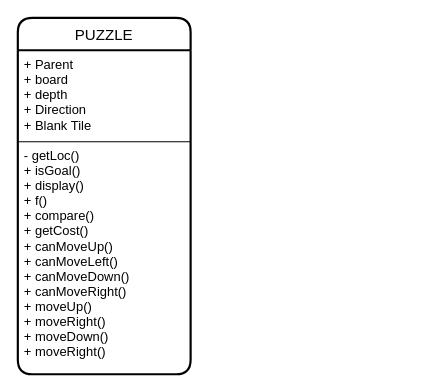
Above: page "Class Diagram" (2 of 3) of model.drawio in joemar25/Artifical-Intellegence-8-Puzzle-Mid-Term (draw.io), before the change. Source tidied: cells renumbered, new cells numbered last; positions are measured from the earlier drawing's top-left corner, leaving out a move shared by most shapes. Both pictures are drawn from the tidied source at 108%, with x=0, y=0 at pixel (17, 17).
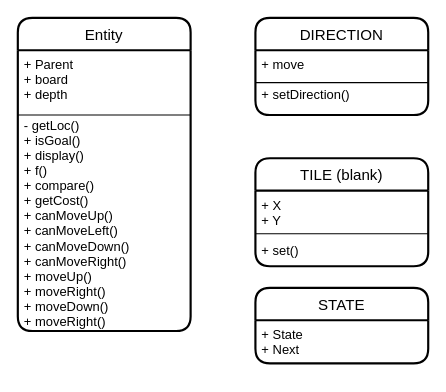
After the change.

What changed in the source:
```diff
@@
 <mxGraphModel>
   <root>
     <mxCell id="0" />
     <mxCell id="1" parent="0" />
-    <mxCell id="2" value="PUZZLE" style="swimlane;horizontal=1;startSize=30;rounded=1;fontSize=14;fontStyle=0;strokeWidth=2;shadow=0;dashed=0;align=center;" parent="1" vertex="1">
-      <mxGeometry width="160" height="330" as="geometry" />
-    </mxCell>
-    <mxCell id="3" style="endArrow=none;html=1;rounded=0;" parent="2" edge="1">
-      <mxGeometry y="30" relative="1" as="geometry">
-        <mxPoint y="114.7" as="sourcePoint" />
-        <mxPoint x="160" y="114.7" as="targetPoint" />
-      </mxGeometry>
-    </mxCell>
-    <mxCell id="4" value="+ Parent&#10;+ board&#10;+ depth&#10;+ Direction&#10;+ Blank Tile&#10;&#10;- getLoc()&#10;+ isGoal()&#10;+ display()&#10;+ f()&#10;+ compare()&#10;+ getCost()&#10;+ canMoveUp()&#10;+ canMoveLeft()&#10;+ canMoveDown()&#10;+ canMoveRight()&#10;+ moveUp()&#10;+ moveRight()&#10;+ moveDown()&#10;+ moveRight()" style="align=left;strokeColor=none;fillColor=none;spacingLeft=4;fontSize=12;verticalAlign=top;" parent="2" vertex="1">
-      <mxGeometry y="30" width="160" height="300" as="geometry" />
-    </mxCell>
+    <mxCell id="5" value="DIRECTION" style="swimlane;horizontal=1;startSize=30;rounded=1;fontSize=14;fontStyle=0;strokeWidth=2;shadow=0;dashed=0;align=center;" parent="1" vertex="1">
+      <mxGeometry x="220" width="160" height="90" as="geometry" />
+    </mxCell>
+    <mxCell id="6" style="endArrow=none;html=1;rounded=0;" parent="5" edge="1">
+      <mxGeometry relative="1" as="geometry">
+        <mxPoint y="60" as="sourcePoint" />
+        <mxPoint x="160" y="60" as="targetPoint" />
+      </mxGeometry>
+    </mxCell>
+    <mxCell id="7" value="+ move&#10;&#10;+ setDirection()" style="align=left;strokeColor=none;fillColor=none;spacingLeft=4;fontSize=12;verticalAlign=top;" parent="5" vertex="1">
+      <mxGeometry y="30" width="160" height="60" as="geometry" />
+    </mxCell>
+    <mxCell id="8" value="Entity" style="swimlane;horizontal=1;startSize=30;rounded=1;fontSize=14;fontStyle=0;strokeWidth=2;shadow=0;dashed=0;align=center;" parent="1" vertex="1">
+      <mxGeometry width="160" height="290" as="geometry" />
+    </mxCell>
+    <mxCell id="9" style="endArrow=none;html=1;rounded=0;" parent="8" edge="1">
+      <mxGeometry relative="1" as="geometry">
+        <mxPoint y="90" as="sourcePoint" />
+        <mxPoint x="160" y="90" as="targetPoint" />
+      </mxGeometry>
+    </mxCell>
+    <mxCell id="10" value="+ Parent&#10;+ board&#10;+ depth&#10;&#10;- getLoc()&#10;+ isGoal()&#10;+ display()&#10;+ f()&#10;+ compare()&#10;+ getCost()&#10;+ canMoveUp()&#10;+ canMoveLeft()&#10;+ canMoveDown()&#10;+ canMoveRight()&#10;+ moveUp()&#10;+ moveRight()&#10;+ moveDown()&#10;+ moveRight()" style="align=left;strokeColor=none;fillColor=none;spacingLeft=4;fontSize=12;verticalAlign=top;" parent="8" vertex="1">
+      <mxGeometry y="30" width="160" height="260" as="geometry" />
+    </mxCell>
+    <mxCell id="11" value="TILE (blank)" style="swimlane;horizontal=1;startSize=30;rounded=1;fontSize=14;fontStyle=0;strokeWidth=2;shadow=0;dashed=0;align=center;" parent="1" vertex="1">
+      <mxGeometry x="220" y="130" width="160" height="100" as="geometry" />
+    </mxCell>
+    <mxCell id="12" value="+ X&#10;+ Y&#10;&#10;+ set()" style="align=left;strokeColor=none;fillColor=none;spacingLeft=4;fontSize=12;verticalAlign=top;" parent="11" vertex="1">
+      <mxGeometry y="30" width="160" height="70" as="geometry" />
+    </mxCell>
+    <mxCell id="13" style="endArrow=none;html=1;rounded=0;" parent="11" edge="1">
+      <mxGeometry relative="1" as="geometry">
+        <mxPoint y="70" as="sourcePoint" />
+        <mxPoint x="160" y="70" as="targetPoint" />
+      </mxGeometry>
+    </mxCell>
+    <mxCell id="14" value="STATE" style="swimlane;horizontal=1;startSize=30;rounded=1;fontSize=14;fontStyle=0;strokeWidth=2;shadow=0;dashed=0;align=center;" parent="1" vertex="1">
+      <mxGeometry x="220" y="250" width="160" height="70" as="geometry" />
+    </mxCell>
+    <mxCell id="15" value="+ State&#10;+ Next" style="align=left;strokeColor=none;fillColor=none;spacingLeft=4;fontSize=12;verticalAlign=top;" parent="14" vertex="1">
+      <mxGeometry y="30" width="160" height="40" as="geometry" />
+    </mxCell>
   </root>
 </mxGraphModel>
```
